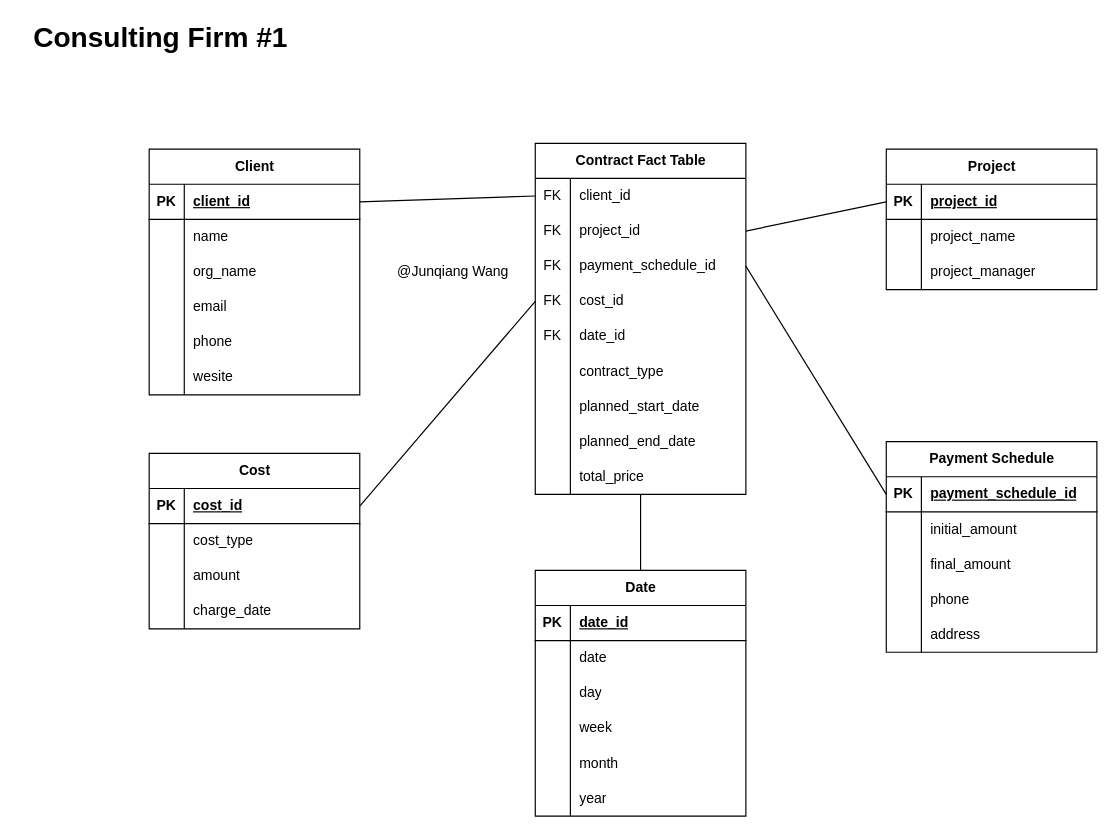
This is page "consulting-1" (1 of 3) of hw4b.drawio from EliWangC/dsci-559-database, a draw.io file, before an edit. Source tidied: cells renumbered, new cells numbered last; positions are measured from the earlier drawing's top-left corner, leaving out a move shared by most shapes. Both pictures are drawn from the tidied source at 117%, with x=0, y=0 at pixel (20, 20).
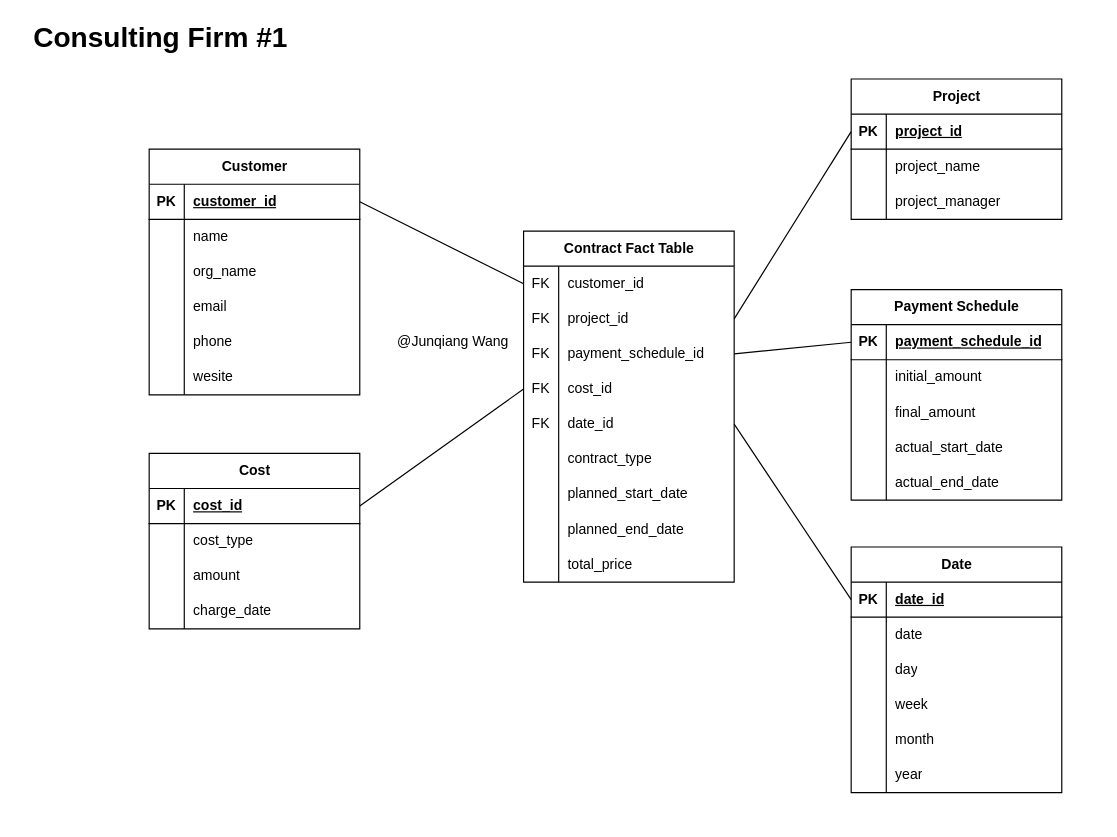
The same diagram, later.

The change refers to these unchanged cells:
```xml
<mxCell id="3" style="shape=tableRow;horizontal=0;startSize=0;swimlaneHead=0;swimlaneBody=0;fillColor=none;points=[[0,0.5],[1,0.5]];portConstraint=eastwest;top=0;left=0;right=0;bottom=0;" parent="2" vertex="1">
  <mxGeometry y="30" width="180" height="30" as="geometry" />
</mxCell>
<mxCell id="15" style="shape=tableRow;horizontal=0;startSize=0;swimlaneHead=0;swimlaneBody=0;fillColor=none;points=[[0,0.5],[1,0.5]];portConstraint=eastwest;top=0;left=0;right=0;bottom=0;" parent="2" vertex="1">
  <mxGeometry y="150" width="180" height="30" as="geometry" />
</mxCell>
<mxCell id="27" style="shape=tableRow;horizontal=0;startSize=0;swimlaneHead=0;swimlaneBody=0;fillColor=none;points=[[0,0.5],[1,0.5]];portConstraint=eastwest;top=0;left=0;right=0;bottom=0;" parent="2" vertex="1">
  <mxGeometry y="270" width="180" height="30" as="geometry" />
</mxCell>
<mxCell id="31" style="shape=tableRow;horizontal=0;startSize=0;swimlaneHead=0;swimlaneBody=0;fillColor=none;points=[[0,0.5],[1,0.5]];portConstraint=eastwest;top=0;left=0;right=0;bottom=1;" parent="30" vertex="1">
  <mxGeometry y="30" width="180" height="30" as="geometry" />
</mxCell>
<mxCell id="69" style="shape=tableRow;horizontal=0;startSize=0;swimlaneHead=0;swimlaneBody=0;fillColor=none;top=0;left=0;right=0;bottom=0;" parent="59" vertex="1">
  <mxGeometry y="120" width="180" height="30" as="geometry" />
</mxCell>
<mxCell id="72" style="shape=tableRow;horizontal=0;startSize=0;swimlaneHead=0;swimlaneBody=0;fillColor=none;top=0;left=0;right=0;bottom=0;" parent="59" vertex="1">
  <mxGeometry y="150" width="180" height="30" as="geometry" />
</mxCell>
<mxCell id="96" style="shape=tableRow;horizontal=0;startSize=0;swimlaneHead=0;swimlaneBody=0;fillColor=none;points=[[0,0.5],[1,0.5]];portConstraint=eastwest;top=0;left=0;right=0;bottom=1;" parent="95" vertex="1">
  <mxGeometry y="30" width="180" height="30" as="geometry" />
</mxCell>
```

What changed in the source:
```diff
@@
     <mxCell id="2" value="Contract Fact Table" style="shape=table;startSize=30;childLayout=tableLayout;rowLines=0;fontStyle=1;align=center;html=1;" parent="1" vertex="1">
-      <mxGeometry x="440" y="105" width="180" height="300" as="geometry" />
+      <mxGeometry x="430" y="180" width="180" height="300" as="geometry" />
     </mxCell>
@@
-    <mxCell id="5" value="client_id" style="shape=partialRectangle;fillColor=none;top=0;left=0;bottom=0;right=0;align=left;spacingLeft=6;overflow=hidden;whiteSpace=wrap;html=1;" parent="3" vertex="1">
+    <mxCell id="5" value="customer_id" style="shape=partialRectangle;fillColor=none;top=0;left=0;bottom=0;right=0;align=left;spacingLeft=6;overflow=hidden;whiteSpace=wrap;html=1;" parent="3" vertex="1">
       <mxGeometry x="30" width="150" height="30" as="geometry" />
     </mxCell>
@@
-    <mxCell id="30" value="Client" style="shape=table;startSize=30;childLayout=tableLayout;rowLines=0;fontStyle=1;align=center;html=1;" parent="1" vertex="1">
+    <mxCell id="30" value="Customer" style="shape=table;startSize=30;childLayout=tableLayout;rowLines=0;fontStyle=1;align=center;html=1;" parent="1" vertex="1">
       <mxGeometry x="110" y="110" width="180" height="210" as="geometry" />
     </mxCell>
@@
-    <mxCell id="33" value="client_id" style="shape=partialRectangle;fillColor=none;top=0;left=0;bottom=0;right=0;align=left;spacingLeft=6;fontStyle=5;overflow=hidden;whiteSpace=wrap;html=1;" parent="31" vertex="1">
+    <mxCell id="33" value="customer_id" style="shape=partialRectangle;fillColor=none;top=0;left=0;bottom=0;right=0;align=left;spacingLeft=6;fontStyle=5;overflow=hidden;whiteSpace=wrap;html=1;" parent="31" vertex="1">
       <mxGeometry x="30" width="150" height="30" as="geometry" />
     </mxCell>
@@
     <mxCell id="49" value="Project" style="shape=table;startSize=30;childLayout=tableLayout;rowLines=0;fontStyle=1;align=center;html=1;" parent="1" vertex="1">
-      <mxGeometry x="740" y="110" width="180" height="120" as="geometry" />
+      <mxGeometry x="710" y="50" width="180" height="120" as="geometry" />
     </mxCell>
@@
     <mxCell id="59" value="Payment Schedule" style="shape=table;startSize=30;childLayout=tableLayout;rowLines=0;fontStyle=1;align=center;html=1;" parent="1" vertex="1">
-      <mxGeometry x="740" y="360" width="180" height="180" as="geometry" />
+      <mxGeometry x="710" y="230" width="180" height="180" as="geometry" />
     </mxCell>
@@
-    <mxCell id="71" value="phone" style="shape=partialRectangle;fillColor=none;top=0;left=0;bottom=0;right=0;align=left;spacingLeft=6;overflow=hidden;whiteSpace=wrap;html=1;" parent="69" vertex="1">
+    <mxCell id="71" value="actual_start_date" style="shape=partialRectangle;fillColor=none;top=0;left=0;bottom=0;right=0;align=left;spacingLeft=6;overflow=hidden;whiteSpace=wrap;html=1;" parent="69" vertex="1">
       <mxGeometry x="30" width="150" height="30" as="geometry" />
     </mxCell>
@@
-    <mxCell id="74" value="address" style="shape=partialRectangle;fillColor=none;top=0;left=0;bottom=0;right=0;align=left;spacingLeft=6;overflow=hidden;whiteSpace=wrap;html=1;" parent="72" vertex="1">
+    <mxCell id="74" value="actual_end_date" style="shape=partialRectangle;fillColor=none;top=0;left=0;bottom=0;right=0;align=left;spacingLeft=6;overflow=hidden;whiteSpace=wrap;html=1;" parent="72" vertex="1">
       <mxGeometry x="30" width="150" height="30" as="geometry" />
     </mxCell>
@@
     <mxCell id="93" value="@Junqiang Wang" style="text;html=1;strokeColor=none;fillColor=none;align=center;verticalAlign=middle;whiteSpace=wrap;rounded=0;" parent="1" vertex="1">
-      <mxGeometry x="310" y="200" width="120" height="30" as="geometry" />
+      <mxGeometry x="310" y="260" width="120" height="30" as="geometry" />
     </mxCell>
-    <mxCell id="94" style="rounded=0;jettySize=auto;html=1;exitX=0.5;exitY=0;exitDx=0;exitDy=0;entryX=0.5;entryY=1.017;entryDx=0;entryDy=0;entryPerimeter=0;endArrow=none;endFill=0;" parent="1" edge="1" source="95" target="27">
+    <mxCell id="94" style="rounded=0;jettySize=auto;html=1;exitX=0;exitY=0.5;exitDx=0;exitDy=0;entryX=1;entryY=0.5;entryDx=0;entryDy=0;endArrow=none;endFill=0;" parent="1" edge="1" source="96" target="15">
       <mxGeometry relative="1" as="geometry" />
     </mxCell>
     <mxCell id="95" value="Date" style="shape=table;startSize=30;childLayout=tableLayout;rowLines=0;fontStyle=1;align=center;html=1;" parent="1" vertex="1">
-      <mxGeometry x="440" y="470" width="180" height="210" as="geometry" />
+      <mxGeometry x="710" y="450" width="180" height="210" as="geometry" />
     </mxCell>
```
